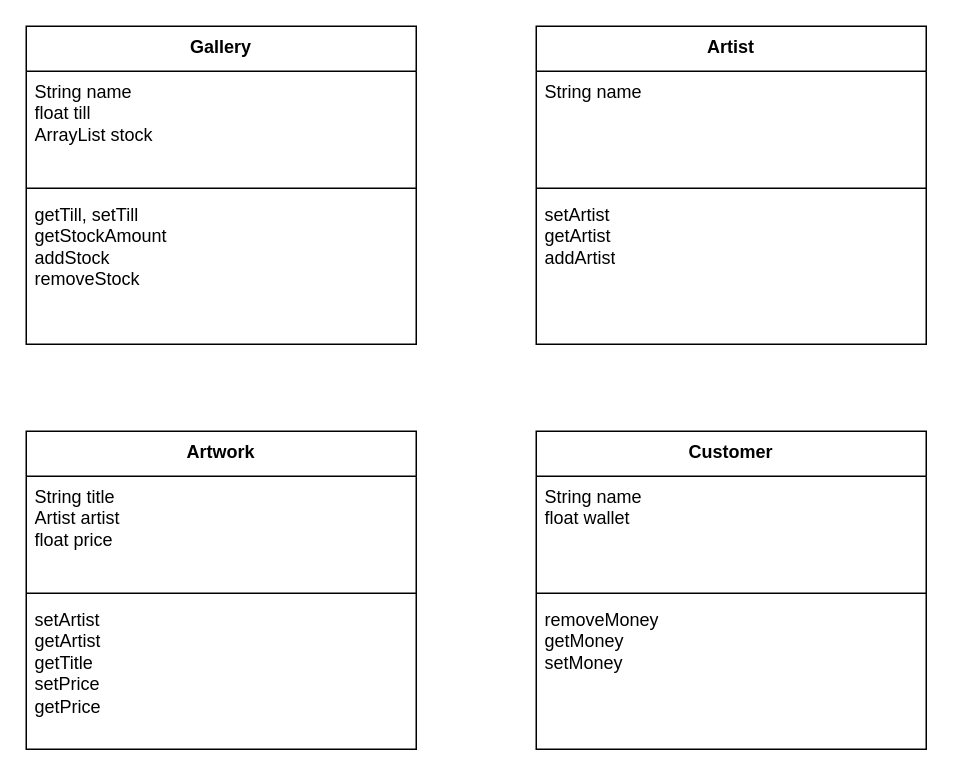
The draw.io diagram Classes_UML.drawio in osamui01/ArtGalleryLab, before the edit. Source tidied: cells renumbered, new cells numbered last; positions are measured from the earlier drawing's top-left corner, leaving out a move shared by most shapes. Both pictures are drawn from the tidied source at 150%, with x=0, y=0 at pixel (26, 26).
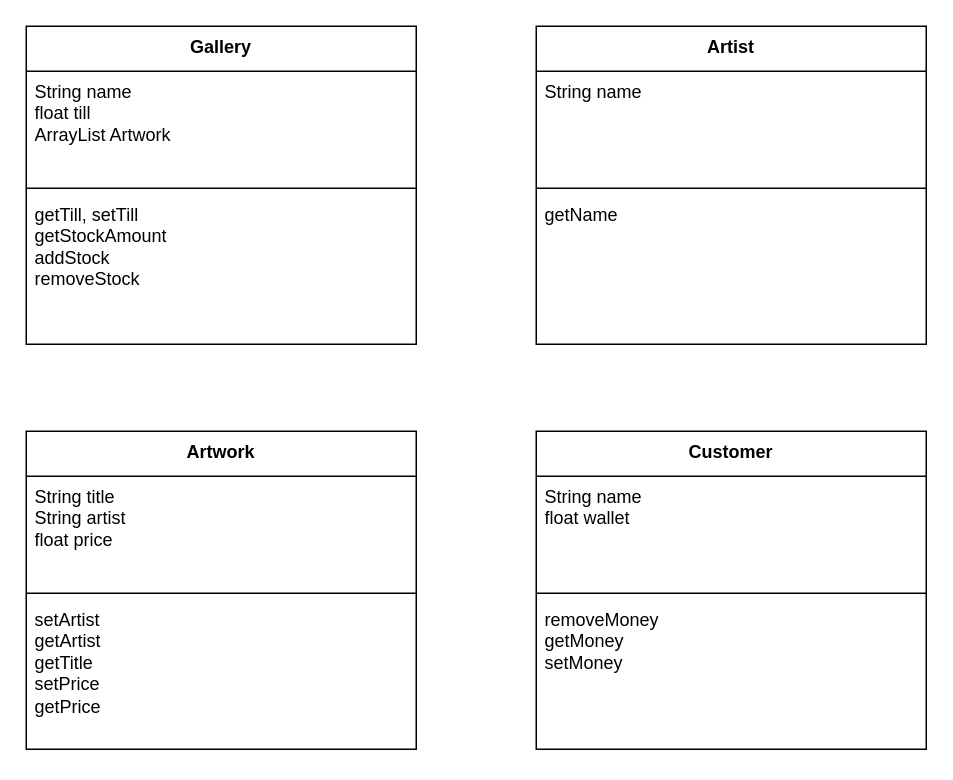
After the change.

Commit message (it also covers changes not shown here):
Updated class structures in the UMLdiagram

Change to the diagram source:
```diff
@@
 <mxGraphModel>
   <root>
     <mxCell id="0" />
     <mxCell id="1" parent="0" />
     <mxCell id="2" value="Gallery" style="swimlane;fontStyle=1;align=center;verticalAlign=top;horizontal=1;startSize=30;whiteSpace=wrap;html=1;" parent="1" vertex="1">
       <mxGeometry width="260" height="212" as="geometry" />
     </mxCell>
-    <mxCell id="3" value="String name&lt;br&gt;float till&lt;br&gt;ArrayList stock" style="text;strokeColor=none;fillColor=none;align=left;verticalAlign=top;spacingLeft=4;spacingRight=4;overflow=hidden;whiteSpace=wrap;html=1;" parent="2" vertex="1">
+    <mxCell id="3" value="String name&lt;br&gt;float till&lt;br&gt;ArrayList Artwork" style="text;strokeColor=none;fillColor=none;align=left;verticalAlign=top;spacingLeft=4;spacingRight=4;overflow=hidden;whiteSpace=wrap;html=1;" parent="2" vertex="1">
       <mxGeometry y="30" width="260" height="74" as="geometry" />
     </mxCell>
     <mxCell id="4" style="line;strokeWidth=1;fillColor=none;align=left;verticalAlign=middle;spacingTop=-1;spacingLeft=3;spacingRight=3;labelPosition=right;strokeColor=inherit;" parent="2" vertex="1">
       <mxGeometry y="104" width="260" height="8" as="geometry" />
     </mxCell>
     <mxCell id="5" value="getTill, setTill&lt;br&gt;getStockAmount&amp;nbsp;&lt;br&gt;addStock&lt;br&gt;removeStock" style="text;strokeColor=none;fillColor=none;align=left;verticalAlign=top;spacingLeft=4;spacingRight=4;overflow=hidden;whiteSpace=wrap;html=1;" parent="2" vertex="1">
       <mxGeometry y="112" width="260" height="100" as="geometry" />
     </mxCell>
     <mxCell id="6" value="Artist" style="swimlane;fontStyle=1;align=center;verticalAlign=top;horizontal=1;startSize=30;whiteSpace=wrap;html=1;" parent="1" vertex="1">
       <mxGeometry x="340" width="260" height="212" as="geometry" />
     </mxCell>
     <mxCell id="7" value="String name" style="text;strokeColor=none;fillColor=none;align=left;verticalAlign=top;spacingLeft=4;spacingRight=4;overflow=hidden;whiteSpace=wrap;html=1;" parent="6" vertex="1">
       <mxGeometry y="30" width="260" height="74" as="geometry" />
     </mxCell>
     <mxCell id="8" style="line;strokeWidth=1;fillColor=none;align=left;verticalAlign=middle;spacingTop=-1;spacingLeft=3;spacingRight=3;labelPosition=right;strokeColor=inherit;" parent="6" vertex="1">
       <mxGeometry y="104" width="260" height="8" as="geometry" />
     </mxCell>
-    <mxCell id="9" value="setArtist&lt;br&gt;getArtist&lt;br&gt;addArtist" style="text;strokeColor=none;fillColor=none;align=left;verticalAlign=top;spacingLeft=4;spacingRight=4;overflow=hidden;whiteSpace=wrap;html=1;" parent="6" vertex="1">
+    <mxCell id="9" value="getName&lt;br&gt;" style="text;strokeColor=none;fillColor=none;align=left;verticalAlign=top;spacingLeft=4;spacingRight=4;overflow=hidden;whiteSpace=wrap;html=1;" parent="6" vertex="1">
       <mxGeometry y="112" width="260" height="100" as="geometry" />
     </mxCell>
     <mxCell id="10" value="Artwork" style="swimlane;fontStyle=1;align=center;verticalAlign=top;horizontal=1;startSize=30;whiteSpace=wrap;html=1;" parent="1" vertex="1">
       <mxGeometry y="270" width="260" height="212" as="geometry" />
     </mxCell>
-    <mxCell id="11" value="String title&lt;br&gt;Artist artist&lt;br&gt;float price" style="text;strokeColor=none;fillColor=none;align=left;verticalAlign=top;spacingLeft=4;spacingRight=4;overflow=hidden;whiteSpace=wrap;html=1;" parent="10" vertex="1">
+    <mxCell id="11" value="String title&lt;br&gt;String artist&lt;br&gt;float price" style="text;strokeColor=none;fillColor=none;align=left;verticalAlign=top;spacingLeft=4;spacingRight=4;overflow=hidden;whiteSpace=wrap;html=1;" parent="10" vertex="1">
       <mxGeometry y="30" width="260" height="74" as="geometry" />
     </mxCell>
     <mxCell id="12" style="line;strokeWidth=1;fillColor=none;align=left;verticalAlign=middle;spacingTop=-1;spacingLeft=3;spacingRight=3;labelPosition=right;strokeColor=inherit;" parent="10" vertex="1">
       <mxGeometry y="104" width="260" height="8" as="geometry" />
     </mxCell>
     <mxCell id="13" value="setArtist&lt;br&gt;getArtist&lt;br&gt;getTitle&lt;br&gt;setPrice&lt;br&gt;getPrice" style="text;strokeColor=none;fillColor=none;align=left;verticalAlign=top;spacingLeft=4;spacingRight=4;overflow=hidden;whiteSpace=wrap;html=1;" parent="10" vertex="1">
       <mxGeometry y="112" width="260" height="100" as="geometry" />
     </mxCell>
     <mxCell id="14" value="Customer" style="swimlane;fontStyle=1;align=center;verticalAlign=top;horizontal=1;startSize=30;whiteSpace=wrap;html=1;" parent="1" vertex="1">
       <mxGeometry x="340" y="270" width="260" height="212" as="geometry" />
     </mxCell>
     <mxCell id="15" value="String name&lt;br&gt;float wallet" style="text;strokeColor=none;fillColor=none;align=left;verticalAlign=top;spacingLeft=4;spacingRight=4;overflow=hidden;whiteSpace=wrap;html=1;" parent="14" vertex="1">
       <mxGeometry y="30" width="260" height="74" as="geometry" />
     </mxCell>
     <mxCell id="16" style="line;strokeWidth=1;fillColor=none;align=left;verticalAlign=middle;spacingTop=-1;spacingLeft=3;spacingRight=3;labelPosition=right;strokeColor=inherit;" parent="14" vertex="1">
       <mxGeometry y="104" width="260" height="8" as="geometry" />
     </mxCell>
     <mxCell id="17" value="removeMoney&lt;br&gt;getMoney&lt;br&gt;setMoney" style="text;strokeColor=none;fillColor=none;align=left;verticalAlign=top;spacingLeft=4;spacingRight=4;overflow=hidden;whiteSpace=wrap;html=1;" parent="14" vertex="1">
       <mxGeometry y="112" width="260" height="100" as="geometry" />
     </mxCell>
   </root>
 </mxGraphModel>
```
